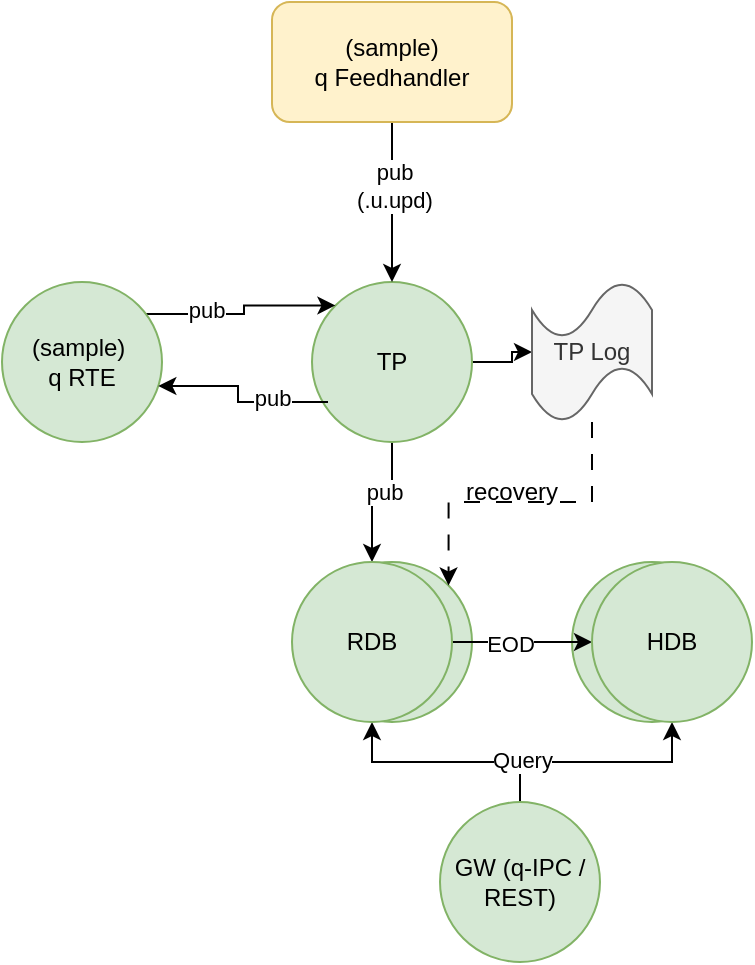
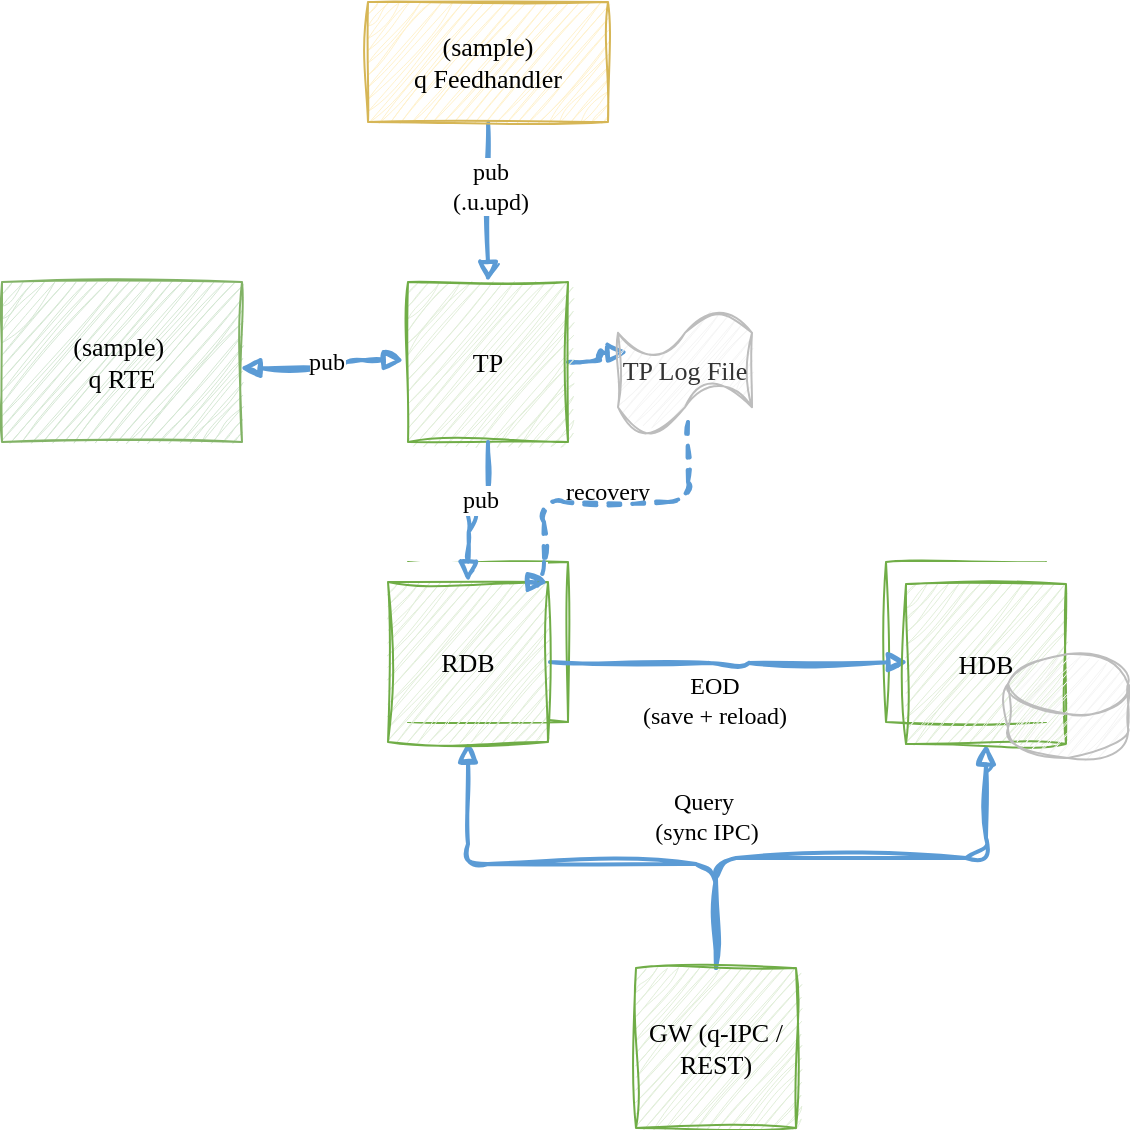
<mxfile host="app.diagrams.net" agent="Mozilla/5.0 (Windows NT 10.0; Win64; x64) AppleWebKit/537.36 (KHTML, like Gecko) Chrome/146.0.0.0 Safari/537.36 Edg/146.0.0.0">
  <diagram name="Page-1" id="O88yLd7HIH1xj9i33_ep">
    <mxGraphModel dx="1414" dy="866" grid="0" gridSize="10" guides="1" tooltips="1" connect="1" arrows="1" fold="1" page="0" pageScale="1" pageWidth="827" pageHeight="1169" math="0" shadow="0">
      <root>
        <mxCell id="0" />
        <mxCell id="1" parent="0" />
-         <mxCell id="KNtU0nVlYrjk4vIFHQhC-11" edge="1" parent="1" source="KNtU0nVlYrjk4vIFHQhC-1" style="edgeStyle=orthogonalEdgeStyle;rounded=0;orthogonalLoop=1;jettySize=auto;html=1;entryX=0.5;entryY=0;entryDx=0;entryDy=0;" target="KNtU0nVlYrjk4vIFHQhC-7">
+         <mxCell id="KNtU0nVlYrjk4vIFHQhC-15" edge="1" parent="1" source="KNtU0nVlYrjk4vIFHQhC-1" style="edgeStyle=orthogonalEdgeStyle;rounded=1;sketch=1;curveFitting=1;jiggle=2;strokeColor=#5B9BD5;strokeWidth=2;endArrow=block;endFill=1;html=1;">
+           <mxGeometry relative="1" as="geometry">
+             <mxPoint x="460" y="295" as="targetPoint" />
+           </mxGeometry>
+         </mxCell>
+         <mxCell id="KNtU0nVlYrjk4vIFHQhC-1" parent="1" style="sketch=1;curveFitting=1;jiggle=2;hachureGap=4;shape=mxgraph.basic.rect;rounded=1;arcSize=10;whiteSpace=wrap;html=1;fillColor=#E2EFDA;strokeColor=#70AD47;fontFamily=Verdana;fontSize=13;" value="TP" vertex="1">
+           <mxGeometry height="80" width="80" x="350" y="260" as="geometry" />
+         </mxCell>
+         <mxCell id="KNtU0nVlYrjk4vIFHQhC-10" edge="1" parent="1" source="KNtU0nVlYrjk4vIFHQhC-2" style="edgeStyle=orthogonalEdgeStyle;rounded=1;sketch=1;curveFitting=1;jiggle=2;strokeColor=#5B9BD5;strokeWidth=2;endArrow=block;endFill=1;html=1;entryX=0.5;entryY=0;entryDx=0;entryDy=0;" target="KNtU0nVlYrjk4vIFHQhC-1">
          <mxGeometry relative="1" as="geometry" />
        </mxCell>
-         <mxCell id="KNtU0nVlYrjk4vIFHQhC-22" connectable="0" parent="KNtU0nVlYrjk4vIFHQhC-11" style="edgeLabel;html=1;align=center;verticalAlign=middle;resizable=0;points=[];" value="pub" vertex="1">
+         <mxCell id="KNtU0nVlYrjk4vIFHQhC-21" connectable="0" parent="KNtU0nVlYrjk4vIFHQhC-10" style="sketch=1;edgeLabel;html=1;align=center;verticalAlign=middle;resizable=0;points=[];fontFamily=Verdana;fontSize=12;labelBackgroundColor=#FFFFFF;" value="pub&lt;div&gt;(.u.upd)&lt;/div&gt;" vertex="1">
+           <mxGeometry relative="1" x="-0.2" y="1" as="geometry">
+             <mxPoint as="offset" />
+           </mxGeometry>
+         </mxCell>
+         <mxCell id="KNtU0nVlYrjk4vIFHQhC-2" parent="1" style="sketch=1;curveFitting=1;jiggle=2;hachureGap=4;shape=mxgraph.basic.rect;rounded=1;arcSize=10;whiteSpace=wrap;html=1;fillColor=#FFF2CC;strokeColor=#D6B656;fontFamily=Verdana;fontSize=13;" value="(sample)&lt;div&gt;q Feedhandler&lt;/div&gt;" vertex="1">
+           <mxGeometry height="60" width="120" x="330" y="120" as="geometry" />
+         </mxCell>
+         <mxCell id="KNtU0nVlYrjk4vIFHQhC-3" parent="1" style="sketch=1;curveFitting=1;jiggle=2;hachureGap=4;shape=mxgraph.basic.rect;rounded=1;arcSize=10;whiteSpace=wrap;html=1;fillColor=none;strokeColor=#70AD47;fontFamily=Verdana;fontSize=13;" value="" vertex="1">
+           <mxGeometry height="80" width="80" x="350" y="400" as="geometry" />
+         </mxCell>
+         <mxCell id="KNtU0nVlYrjk4vIFHQhC-5" parent="1" style="sketch=1;curveFitting=1;jiggle=2;hachureGap=4;shape=mxgraph.basic.rect;rounded=1;arcSize=10;whiteSpace=wrap;html=1;fillColor=none;strokeColor=#70AD47;fontFamily=Verdana;fontSize=13;" value="" vertex="1">
+           <mxGeometry height="80" width="80" x="589" y="400" as="geometry" />
+         </mxCell>
+         <mxCell id="KNtU0nVlYrjk4vIFHQhC-13" edge="1" parent="1" source="KNtU0nVlYrjk4vIFHQhC-6" style="edgeStyle=orthogonalEdgeStyle;rounded=1;sketch=1;curveFitting=1;jiggle=2;strokeColor=#5B9BD5;strokeWidth=2;endArrow=block;endFill=1;html=1;entryX=0.5;entryY=1;entryDx=0;entryDy=0;" target="KNtU0nVlYrjk4vIFHQhC-7">
+           <mxGeometry relative="1" as="geometry">
+             <Array as="points">
+               <mxPoint x="504" y="551" />
+               <mxPoint x="380" y="551" />
+             </Array>
+           </mxGeometry>
+         </mxCell>
+         <mxCell id="KNtU0nVlYrjk4vIFHQhC-14" edge="1" parent="1" source="KNtU0nVlYrjk4vIFHQhC-6" style="edgeStyle=orthogonalEdgeStyle;rounded=1;sketch=1;curveFitting=1;jiggle=2;strokeColor=#5B9BD5;strokeWidth=2;endArrow=block;endFill=1;html=1;entryX=0.5;entryY=1;entryDx=0;entryDy=0;" target="KNtU0nVlYrjk4vIFHQhC-9">
+           <mxGeometry relative="1" as="geometry">
+             <Array as="points">
+               <mxPoint x="504" y="548" />
+               <mxPoint x="639" y="548" />
+             </Array>
+           </mxGeometry>
+         </mxCell>
+         <mxCell id="KNtU0nVlYrjk4vIFHQhC-20" connectable="0" parent="KNtU0nVlYrjk4vIFHQhC-14" style="sketch=1;edgeLabel;html=1;align=center;verticalAlign=middle;resizable=0;points=[];fontFamily=Verdana;fontSize=12;labelBackgroundColor=#FFFFFF;" value="&lt;font&gt;Query&amp;nbsp;&lt;/font&gt;&lt;div&gt;&lt;font&gt;(sync IPC)&lt;/font&gt;&lt;/div&gt;" vertex="1">
+           <mxGeometry relative="1" x="-0.6379" y="1" as="geometry">
+             <mxPoint x="-4" y="-32" as="offset" />
+           </mxGeometry>
+         </mxCell>
+         <mxCell id="KNtU0nVlYrjk4vIFHQhC-6" parent="1" style="sketch=1;curveFitting=1;jiggle=2;hachureGap=4;shape=mxgraph.basic.rect;rounded=1;arcSize=10;whiteSpace=wrap;html=1;fillColor=#E2EFDA;strokeColor=#70AD47;fontFamily=Verdana;fontSize=13;" value="GW (q-IPC / REST)" vertex="1">
+           <mxGeometry height="80" width="80" x="464" y="603" as="geometry" />
+         </mxCell>
+         <mxCell id="KNtU0nVlYrjk4vIFHQhC-12" edge="1" parent="1" style="edgeStyle=orthogonalEdgeStyle;rounded=1;sketch=1;curveFitting=1;jiggle=2;strokeColor=#5B9BD5;strokeWidth=2;endArrow=block;endFill=1;html=1;entryX=0.013;entryY=0.488;entryDx=0;entryDy=0;entryPerimeter=0;" target="KNtU0nVlYrjk4vIFHQhC-9">
+           <mxGeometry relative="1" as="geometry">
+             <mxPoint x="421" y="450" as="sourcePoint" />
+             <mxPoint x="491" y="451" as="targetPoint" />
+           </mxGeometry>
+         </mxCell>
+         <mxCell id="KNtU0nVlYrjk4vIFHQhC-17" connectable="0" parent="KNtU0nVlYrjk4vIFHQhC-12" style="sketch=1;edgeLabel;html=1;align=center;verticalAlign=middle;resizable=0;points=[];fontFamily=Verdana;fontSize=12;labelBackgroundColor=#FFFFFF;" value="EOD&lt;div&gt;(save + reload)&lt;/div&gt;" vertex="1">
+           <mxGeometry relative="1" x="-0.1714" y="-1" as="geometry">
+             <mxPoint x="7" y="17" as="offset" />
+           </mxGeometry>
+         </mxCell>
+         <mxCell id="mask-rdb" parent="1" style="fillColor=#FFFFFF;strokeColor=none;sketch=0;" value="" vertex="1">
+           <mxGeometry height="80" width="80" x="340" y="400" as="geometry" />
+         </mxCell>
+         <mxCell id="KNtU0nVlYrjk4vIFHQhC-7" parent="1" style="sketch=1;curveFitting=1;jiggle=2;hachureGap=4;shape=mxgraph.basic.rect;rounded=1;arcSize=10;whiteSpace=wrap;html=1;fillColor=#E2EFDA;strokeColor=#70AD47;fontFamily=Verdana;fontSize=13;" value="RDB" vertex="1">
+           <mxGeometry height="80" width="80" x="340" y="410" as="geometry" />
+         </mxCell>
+         <mxCell id="mask-hdb" parent="1" style="fillColor=#FFFFFF;strokeColor=none;sketch=0;" value="" vertex="1">
+           <mxGeometry height="80" width="80" x="599" y="400" as="geometry" />
+         </mxCell>
+         <mxCell id="KNtU0nVlYrjk4vIFHQhC-9" parent="1" style="sketch=1;curveFitting=1;jiggle=2;hachureGap=4;shape=mxgraph.basic.rect;rounded=1;arcSize=10;whiteSpace=wrap;html=1;fillColor=#E2EFDA;strokeColor=#70AD47;fontFamily=Verdana;fontSize=13;" value="HDB" vertex="1">
+           <mxGeometry height="80" width="80" x="599" y="411" as="geometry" />
+         </mxCell>
+         <mxCell id="DWoIliDN2B3MthAIoRY2-1" parent="1" style="sketch=1;curveFitting=1;jiggle=2;hachureGap=4;shape=mxgraph.basic.rect;rounded=1;arcSize=10;whiteSpace=wrap;html=1;fillColor=#d5e8d4;strokeColor=#82b366;fontFamily=Verdana;fontSize=13;" value="(sample)&amp;nbsp;&lt;div&gt;q RTE&lt;/div&gt;" vertex="1">
+           <mxGeometry height="80" width="120" x="147" y="260" as="geometry" />
+         </mxCell>
+         <mxCell id="DWoIliDN2B3MthAIoRY2-4" edge="1" parent="1" style="edgeStyle=orthogonalEdgeStyle;rounded=1;sketch=1;curveFitting=1;jiggle=2;strokeColor=#5B9BD5;strokeWidth=2;startArrow=block;startFill=1;endArrow=block;endFill=1;html=1;entryX=-0.025;entryY=0.488;entryDx=0;entryDy=0;entryPerimeter=0;" target="KNtU0nVlYrjk4vIFHQhC-1">
+           <mxGeometry relative="1" as="geometry">
+             <Array as="points">
+               <mxPoint x="317" y="303" />
+               <mxPoint x="317" y="299" />
+             </Array>
+             <mxPoint x="266" y="303" as="sourcePoint" />
+             <mxPoint x="348.03999999999996" y="294.03999999999996" as="targetPoint" />
+           </mxGeometry>
+         </mxCell>
+         <mxCell id="DWoIliDN2B3MthAIoRY2-5" connectable="0" parent="DWoIliDN2B3MthAIoRY2-4" style="sketch=1;edgeLabel;html=1;align=center;verticalAlign=middle;resizable=0;points=[];fontFamily=Verdana;fontSize=12;labelBackgroundColor=#FFFFFF;" value="pub" vertex="1">
+           <mxGeometry relative="1" x="-0.034" y="1" as="geometry">
+             <mxPoint x="1" y="-2" as="offset" />
+           </mxGeometry>
+         </mxCell>
+         <mxCell id="ZaI8Ed67OpnwHJ97R-0w-3" parent="1" style="shape=tape;whiteSpace=wrap;html=1;sketch=1;curveFitting=1;jiggle=2;fillColor=#f5f5f5;fontColor=#333333;strokeColor=#BDBDBD;" value="&lt;font face=&quot;Verdana&quot; style=&quot;font-size: 13px;&quot;&gt;TP Log File&lt;/font&gt;" vertex="1">
+           <mxGeometry height="62" width="67" x="455" y="273" as="geometry" />
+         </mxCell>
+         <mxCell id="ZaI8Ed67OpnwHJ97R-0w-1" parent="1" style="sketch=1;curveFitting=1;jiggle=2;hachureGap=4;shape=cylinder3;whiteSpace=wrap;html=1;fillColor=#F5F5F5;strokeColor=#BDBDBD;fontFamily=Verdana;fontSize=13;" value="" vertex="1">
+           <mxGeometry height="52" width="60" x="650" y="446" as="geometry" />
+         </mxCell>
+         <mxCell id="KNtU0nVlYrjk4vIFHQhC-11" edge="1" parent="1" source="KNtU0nVlYrjk4vIFHQhC-1" style="edgeStyle=orthogonalEdgeStyle;rounded=1;sketch=1;curveFitting=1;jiggle=2;strokeColor=#5B9BD5;strokeWidth=2;endArrow=block;endFill=1;html=1;">
+           <mxGeometry relative="1" as="geometry">
+             <mxPoint x="380" y="410" as="targetPoint" />
+           </mxGeometry>
+         </mxCell>
+         <mxCell id="KNtU0nVlYrjk4vIFHQhC-22" connectable="0" parent="KNtU0nVlYrjk4vIFHQhC-11" style="sketch=1;edgeLabel;html=1;align=center;verticalAlign=middle;resizable=0;points=[];fontFamily=Verdana;fontSize=12;labelBackgroundColor=#FFFFFF;" value="pub" vertex="1">
          <mxGeometry relative="1" x="-0.2857" y="-4" as="geometry">
            <mxPoint as="offset" />
          </mxGeometry>
        </mxCell>
-         <mxCell id="KNtU0nVlYrjk4vIFHQhC-15" edge="1" parent="1" source="KNtU0nVlYrjk4vIFHQhC-1" style="edgeStyle=orthogonalEdgeStyle;rounded=0;orthogonalLoop=1;jettySize=auto;html=1;" target="KNtU0nVlYrjk4vIFHQhC-4">
-           <mxGeometry relative="1" as="geometry" />
+         <mxCell id="KNtU0nVlYrjk4vIFHQhC-19" parent="1" style="sketch=1;text;html=1;whiteSpace=wrap;strokeColor=none;fillColor=none;align=center;verticalAlign=middle;rounded=0;fontFamily=Verdana;fontSize=12;" value="recovery" vertex="1">
+           <mxGeometry height="30" width="60" x="420" y="350" as="geometry" />
        </mxCell>
-         <mxCell id="KNtU0nVlYrjk4vIFHQhC-1" parent="1" style="ellipse;whiteSpace=wrap;html=1;aspect=fixed;fillColor=#d5e8d4;strokeColor=#82b366;" value="TP" vertex="1">
-           <mxGeometry height="80" width="80" x="350" y="260" as="geometry" />
-         </mxCell>
-         <mxCell id="KNtU0nVlYrjk4vIFHQhC-10" edge="1" parent="1" source="KNtU0nVlYrjk4vIFHQhC-2" style="edgeStyle=orthogonalEdgeStyle;rounded=0;orthogonalLoop=1;jettySize=auto;html=1;entryX=0.5;entryY=0;entryDx=0;entryDy=0;" target="KNtU0nVlYrjk4vIFHQhC-1">
-           <mxGeometry relative="1" as="geometry" />
-         </mxCell>
-         <mxCell id="KNtU0nVlYrjk4vIFHQhC-21" connectable="0" parent="KNtU0nVlYrjk4vIFHQhC-10" style="edgeLabel;html=1;align=center;verticalAlign=middle;resizable=0;points=[];" value="pub&lt;div&gt;(.u.upd)&lt;/div&gt;" vertex="1">
-           <mxGeometry relative="1" x="-0.2" y="1" as="geometry">
-             <mxPoint as="offset" />
-           </mxGeometry>
-         </mxCell>
-         <mxCell id="KNtU0nVlYrjk4vIFHQhC-2" parent="1" style="rounded=1;whiteSpace=wrap;html=1;fillColor=#fff2cc;strokeColor=#d6b656;" value="(sample)&lt;div&gt;q Feedhandler&lt;/div&gt;" vertex="1">
-           <mxGeometry height="60" width="120" x="330" y="120" as="geometry" />
-         </mxCell>
-         <mxCell id="KNtU0nVlYrjk4vIFHQhC-3" parent="1" style="ellipse;whiteSpace=wrap;html=1;aspect=fixed;fillColor=#d5e8d4;strokeColor=#82b366;" value="RDB" vertex="1">
-           <mxGeometry height="80" width="80" x="350" y="400" as="geometry" />
-         </mxCell>
-         <mxCell id="KNtU0nVlYrjk4vIFHQhC-16" edge="1" parent="1" source="KNtU0nVlYrjk4vIFHQhC-4" style="edgeStyle=orthogonalEdgeStyle;rounded=0;orthogonalLoop=1;jettySize=auto;html=1;entryX=1;entryY=0;entryDx=0;entryDy=0;dashed=1;dashPattern=8 8;" target="KNtU0nVlYrjk4vIFHQhC-3">
+         <mxCell id="KNtU0nVlYrjk4vIFHQhC-16" edge="1" parent="1" style="edgeStyle=orthogonalEdgeStyle;rounded=1;sketch=1;curveFitting=1;jiggle=2;strokeColor=#5B9BD5;strokeWidth=2;endArrow=block;endFill=1;html=1;entryX=1;entryY=0;entryDx=0;entryDy=0;dashed=1;" target="KNtU0nVlYrjk4vIFHQhC-7">
          <mxGeometry relative="1" as="geometry">
            <Array as="points">
              <mxPoint x="490" y="370" />
              <mxPoint x="418" y="370" />
            </Array>
-           </mxGeometry>
-         </mxCell>
-         <mxCell id="KNtU0nVlYrjk4vIFHQhC-4" parent="1" style="shape=tape;whiteSpace=wrap;html=1;size=0.4;fillColor=#f5f5f5;fontColor=#333333;strokeColor=#666666;" value="TP Log" vertex="1">
-           <mxGeometry height="70" width="60" x="460" y="260" as="geometry" />
-         </mxCell>
-         <mxCell id="KNtU0nVlYrjk4vIFHQhC-5" parent="1" style="ellipse;whiteSpace=wrap;html=1;aspect=fixed;fillColor=#d5e8d4;strokeColor=#82b366;" value="HDB" vertex="1">
-           <mxGeometry height="80" width="80" x="480" y="400" as="geometry" />
-         </mxCell>
-         <mxCell id="KNtU0nVlYrjk4vIFHQhC-13" edge="1" parent="1" source="KNtU0nVlYrjk4vIFHQhC-6" style="edgeStyle=orthogonalEdgeStyle;rounded=0;orthogonalLoop=1;jettySize=auto;html=1;entryX=0.5;entryY=1;entryDx=0;entryDy=0;" target="KNtU0nVlYrjk4vIFHQhC-7">
-           <mxGeometry relative="1" as="geometry" />
-         </mxCell>
-         <mxCell id="KNtU0nVlYrjk4vIFHQhC-14" edge="1" parent="1" source="KNtU0nVlYrjk4vIFHQhC-6" style="edgeStyle=orthogonalEdgeStyle;rounded=0;orthogonalLoop=1;jettySize=auto;html=1;entryX=0.5;entryY=1;entryDx=0;entryDy=0;" target="KNtU0nVlYrjk4vIFHQhC-9">
-           <mxGeometry relative="1" as="geometry" />
-         </mxCell>
-         <mxCell id="KNtU0nVlYrjk4vIFHQhC-20" connectable="0" parent="KNtU0nVlYrjk4vIFHQhC-14" style="edgeLabel;html=1;align=center;verticalAlign=middle;resizable=0;points=[];" value="Query" vertex="1">
-           <mxGeometry relative="1" x="-0.6379" y="1" as="geometry">
-             <mxPoint as="offset" />
-           </mxGeometry>
-         </mxCell>
-         <mxCell id="KNtU0nVlYrjk4vIFHQhC-6" parent="1" style="ellipse;whiteSpace=wrap;html=1;aspect=fixed;fillColor=#d5e8d4;strokeColor=#82b366;" value="GW (q-IPC / REST)" vertex="1">
-           <mxGeometry height="80" width="80" x="414" y="520" as="geometry" />
-         </mxCell>
-         <mxCell id="KNtU0nVlYrjk4vIFHQhC-12" edge="1" parent="1" source="KNtU0nVlYrjk4vIFHQhC-7" style="edgeStyle=orthogonalEdgeStyle;rounded=0;orthogonalLoop=1;jettySize=auto;html=1;entryX=0;entryY=0.5;entryDx=0;entryDy=0;" target="KNtU0nVlYrjk4vIFHQhC-9">
-           <mxGeometry relative="1" as="geometry" />
-         </mxCell>
-         <mxCell id="KNtU0nVlYrjk4vIFHQhC-17" connectable="0" parent="KNtU0nVlYrjk4vIFHQhC-12" style="edgeLabel;html=1;align=center;verticalAlign=middle;resizable=0;points=[];" value="EOD" vertex="1">
-           <mxGeometry relative="1" x="-0.1714" y="-1" as="geometry">
-             <mxPoint as="offset" />
-           </mxGeometry>
-         </mxCell>
-         <mxCell id="KNtU0nVlYrjk4vIFHQhC-7" parent="1" style="ellipse;whiteSpace=wrap;html=1;aspect=fixed;fillColor=#d5e8d4;strokeColor=#82b366;" value="RDB" vertex="1">
-           <mxGeometry height="80" width="80" x="340" y="400" as="geometry" />
-         </mxCell>
-         <mxCell id="KNtU0nVlYrjk4vIFHQhC-9" parent="1" style="ellipse;whiteSpace=wrap;html=1;aspect=fixed;fillColor=#d5e8d4;strokeColor=#82b366;" value="HDB" vertex="1">
-           <mxGeometry height="80" width="80" x="490" y="400" as="geometry" />
-         </mxCell>
-         <mxCell id="KNtU0nVlYrjk4vIFHQhC-19" parent="1" style="text;html=1;whiteSpace=wrap;strokeColor=none;fillColor=none;align=center;verticalAlign=middle;rounded=0;" value="recovery" vertex="1">
-           <mxGeometry height="30" width="60" x="420" y="350" as="geometry" />
-         </mxCell>
-         <mxCell id="DWoIliDN2B3MthAIoRY2-2" edge="1" parent="1" source="DWoIliDN2B3MthAIoRY2-1" style="edgeStyle=orthogonalEdgeStyle;rounded=0;orthogonalLoop=1;jettySize=auto;html=1;entryX=0;entryY=0;entryDx=0;entryDy=0;startArrow=none;startFill=0;" target="KNtU0nVlYrjk4vIFHQhC-1">
-           <mxGeometry relative="1" as="geometry">
-             <Array as="points">
-               <mxPoint x="316" y="276" />
-               <mxPoint x="316" y="272" />
-             </Array>
-           </mxGeometry>
-         </mxCell>
-         <mxCell id="DWoIliDN2B3MthAIoRY2-6" connectable="0" parent="DWoIliDN2B3MthAIoRY2-2" style="edgeLabel;html=1;align=center;verticalAlign=middle;resizable=0;points=[];" value="pub" vertex="1">
-           <mxGeometry relative="1" x="0.2584" y="-1" as="geometry">
-             <mxPoint x="-28" y="1" as="offset" />
-           </mxGeometry>
-         </mxCell>
-         <mxCell id="DWoIliDN2B3MthAIoRY2-1" parent="1" style="ellipse;whiteSpace=wrap;html=1;aspect=fixed;fillColor=#d5e8d4;strokeColor=#82b366;" value="(sample)&amp;nbsp;&lt;div&gt;q RTE&lt;/div&gt;" vertex="1">
-           <mxGeometry height="80" width="80" x="195" y="260" as="geometry" />
-         </mxCell>
-         <mxCell id="DWoIliDN2B3MthAIoRY2-4" edge="1" parent="1" source="DWoIliDN2B3MthAIoRY2-1" style="edgeStyle=orthogonalEdgeStyle;rounded=0;orthogonalLoop=1;jettySize=auto;html=1;entryX=0.1;entryY=0.75;entryDx=0;entryDy=0;entryPerimeter=0;startArrow=classic;startFill=1;endArrow=none;endFill=0;" target="KNtU0nVlYrjk4vIFHQhC-1">
-           <mxGeometry relative="1" as="geometry">
-             <Array as="points">
-               <mxPoint x="313" y="312" />
-               <mxPoint x="313" y="320" />
-             </Array>
-           </mxGeometry>
-         </mxCell>
-         <mxCell id="DWoIliDN2B3MthAIoRY2-5" connectable="0" parent="DWoIliDN2B3MthAIoRY2-4" style="edgeLabel;html=1;align=center;verticalAlign=middle;resizable=0;points=[];" value="pub" vertex="1">
-           <mxGeometry relative="1" x="-0.034" y="1" as="geometry">
-             <mxPoint x="16" y="1" as="offset" />
+             <mxPoint x="490" y="330" as="sourcePoint" />
          </mxGeometry>
        </mxCell>
      </root>
    </mxGraphModel>
  </diagram>
</mxfile>
